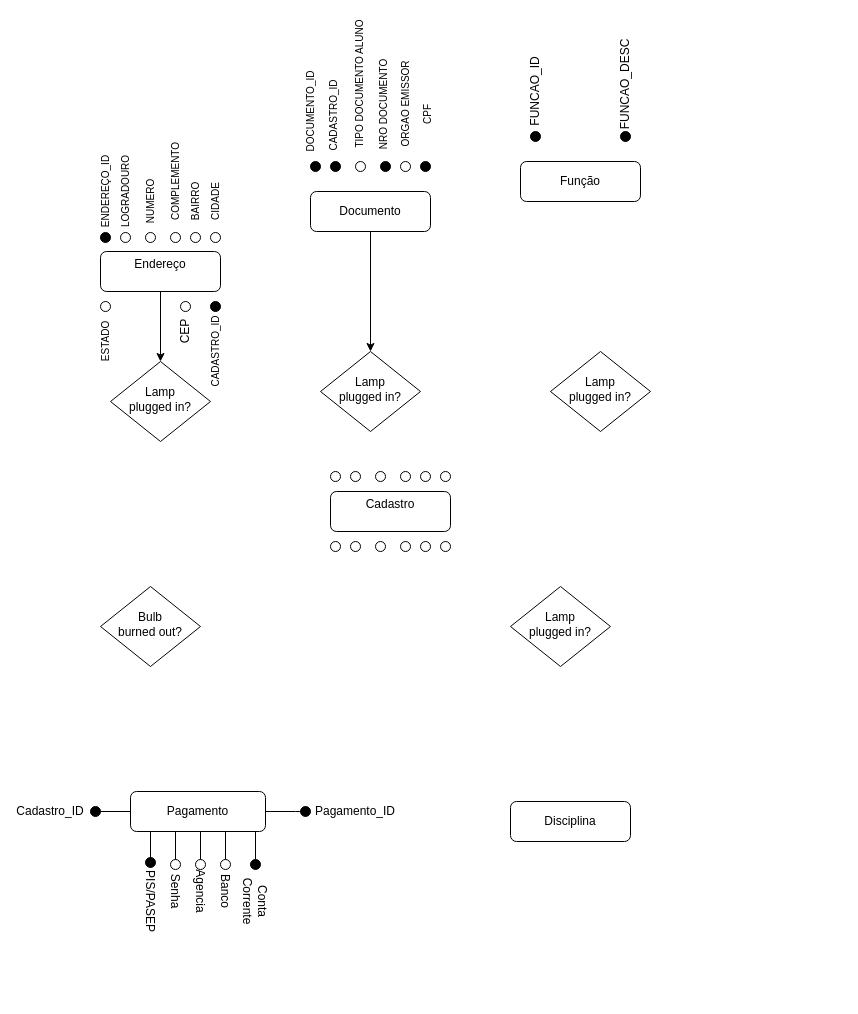
The draw.io diagram bd2Diagram.drawio in Nicholasmais/diagrams, before the edit. Source tidied: cells renumbered, new cells numbered last; positions are measured from the earlier drawing's top-left corner, leaving out a move shared by most shapes. Both pictures are drawn from the tidied source at 100%, with x=0, y=0 at pixel (30, 74).
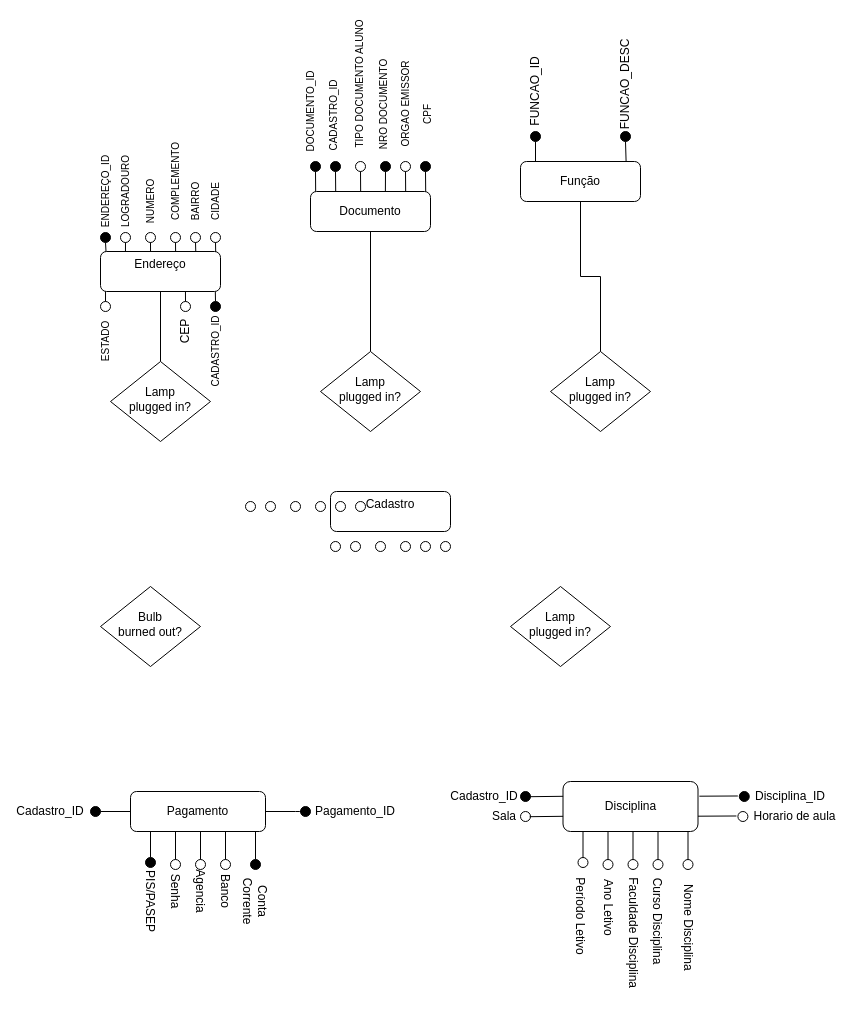
Above is the later version.

The change refers to these unchanged cells:
```xml
<mxCell id="3" value="&lt;div&gt;Endereço&lt;/div&gt;&lt;div&gt;&lt;br&gt;&lt;/div&gt;" style="rounded=1;whiteSpace=wrap;html=1;fontSize=12;glass=0;strokeWidth=1;shadow=0;" parent="1" vertex="1">
  <mxGeometry x="70" y="177" width="120" height="40" as="geometry" />
</mxCell>
<mxCell id="8" value="Documento" style="rounded=1;whiteSpace=wrap;html=1;fontSize=12;glass=0;strokeWidth=1;shadow=0;" parent="1" vertex="1">
  <mxGeometry x="280" y="117" width="120" height="40" as="geometry" />
</mxCell>
<mxCell id="11" value="&lt;div&gt;Função&lt;/div&gt;" style="rounded=1;whiteSpace=wrap;html=1;fontSize=12;glass=0;strokeWidth=1;shadow=0;" parent="1" vertex="1">
  <mxGeometry x="490" y="87" width="120" height="40" as="geometry" />
</mxCell>
<mxCell id="15" style="ellipse;whiteSpace=wrap;html=1;" parent="1" vertex="1">
  <mxGeometry x="90" y="158" width="10" height="10" as="geometry" />
</mxCell>
<mxCell id="16" style="ellipse;whiteSpace=wrap;html=1;fillColor=#000000;" parent="1" vertex="1">
  <mxGeometry x="70" y="158" width="10" height="10" as="geometry" />
</mxCell>
<mxCell id="17" style="ellipse;whiteSpace=wrap;html=1;" parent="1" vertex="1">
  <mxGeometry x="115" y="158" width="10" height="10" as="geometry" />
</mxCell>
<mxCell id="18" style="ellipse;whiteSpace=wrap;html=1;" parent="1" vertex="1">
  <mxGeometry x="140" y="158" width="10" height="10" as="geometry" />
</mxCell>
<mxCell id="19" style="ellipse;whiteSpace=wrap;html=1;" parent="1" vertex="1">
  <mxGeometry x="160" y="158" width="10" height="10" as="geometry" />
</mxCell>
<mxCell id="20" style="ellipse;whiteSpace=wrap;html=1;" parent="1" vertex="1">
  <mxGeometry x="180" y="158" width="10" height="10" as="geometry" />
</mxCell>
<mxCell id="21" style="ellipse;whiteSpace=wrap;html=1;" parent="1" vertex="1">
  <mxGeometry x="70" y="227" width="10" height="10" as="geometry" />
</mxCell>
<mxCell id="22" style="ellipse;whiteSpace=wrap;html=1;" parent="1" vertex="1">
  <mxGeometry x="150" y="227" width="10" height="10" as="geometry" />
</mxCell>
<mxCell id="23" style="ellipse;whiteSpace=wrap;html=1;fillColor=#000000;" parent="1" vertex="1">
  <mxGeometry x="180" y="227" width="10" height="10" as="geometry" />
</mxCell>
```

Change to the diagram source:
```diff
@@
-    <mxCell id="2" style="edgeStyle=orthogonalEdgeStyle;rounded=0;jettySize=auto;html=1;exitX=0.5;exitY=1;exitDx=0;exitDy=0;entryX=0.5;entryY=0;entryDx=0;entryDy=0;" parent="1" edge="1" source="3" target="14">
+    <mxCell id="2" style="edgeStyle=orthogonalEdgeStyle;rounded=0;jettySize=auto;html=1;exitX=0.5;exitY=1;exitDx=0;exitDy=0;entryX=0.5;entryY=0;entryDx=0;entryDy=0;endArrow=none;endFill=0;" parent="1" edge="1" source="3" target="14">
       <mxGeometry relative="1" as="geometry" />
     </mxCell>
@@
-    <mxCell id="7" style="edgeStyle=orthogonalEdgeStyle;rounded=0;jettySize=auto;html=1;exitX=0.5;exitY=1;exitDx=0;exitDy=0;entryX=0.5;entryY=0;entryDx=0;entryDy=0;" parent="1" edge="1" source="8" target="13">
+    <mxCell id="7" style="edgeStyle=orthogonalEdgeStyle;rounded=0;jettySize=auto;html=1;exitX=0.5;exitY=1;exitDx=0;exitDy=0;entryX=0.5;entryY=0;entryDx=0;entryDy=0;endArrow=none;endFill=0;" parent="1" edge="1" source="8" target="13">
       <mxGeometry relative="1" as="geometry" />
     </mxCell>
@@
-    <mxCell id="10" value="Disciplina" style="rounded=1;whiteSpace=wrap;html=1;fontSize=12;glass=0;strokeWidth=1;shadow=0;" parent="1" vertex="1">
-      <mxGeometry x="480" y="727" width="120" height="40" as="geometry" />
-    </mxCell>
@@
-    <mxCell id="12" value="Lamp&lt;br&gt;plugged in?" style="rhombus;whiteSpace=wrap;html=1;shadow=0;fontFamily=Helvetica;fontSize=12;align=center;strokeWidth=1;spacing=6;spacingTop=-4;" parent="1" vertex="1">
-      <mxGeometry x="520" y="277" width="100" height="80" as="geometry" />
-    </mxCell>
-    <mxCell id="13" value="Lamp&lt;br&gt;plugged in?" style="rhombus;whiteSpace=wrap;html=1;shadow=0;fontFamily=Helvetica;fontSize=12;align=center;strokeWidth=1;spacing=6;spacingTop=-4;" parent="1" vertex="1">
-      <mxGeometry x="290" y="277" width="100" height="80" as="geometry" />
-    </mxCell>
-    <mxCell id="14" value="Lamp&lt;br&gt;plugged in?" style="rhombus;whiteSpace=wrap;html=1;shadow=0;fontFamily=Helvetica;fontSize=12;align=center;strokeWidth=1;spacing=6;spacingTop=-4;" parent="1" vertex="1">
-      <mxGeometry x="80" y="287" width="100" height="80" as="geometry" />
-    </mxCell>
@@
+    <mxCell id="36" style="ellipse;whiteSpace=wrap;html=1;fillColor=#000000;" parent="1" vertex="1">
+      <mxGeometry x="300" y="87" width="10" height="10" as="geometry" />
+    </mxCell>
+    <mxCell id="37" style="ellipse;whiteSpace=wrap;html=1;fillColor=#000000;" parent="1" vertex="1">
+      <mxGeometry x="280" y="87" width="10" height="10" as="geometry" />
+    </mxCell>
+    <mxCell id="38" style="ellipse;whiteSpace=wrap;html=1;" parent="1" vertex="1">
+      <mxGeometry x="325" y="87" width="10" height="10" as="geometry" />
+    </mxCell>
+    <mxCell id="39" style="ellipse;whiteSpace=wrap;html=1;fillColor=#000000;" parent="1" vertex="1">
+      <mxGeometry x="350" y="87" width="10" height="10" as="geometry" />
+    </mxCell>
+    <mxCell id="40" style="ellipse;whiteSpace=wrap;html=1;" parent="1" vertex="1">
+      <mxGeometry x="370" y="87" width="10" height="10" as="geometry" />
+    </mxCell>
+    <mxCell id="41" style="ellipse;whiteSpace=wrap;html=1;fillColor=#000000;" parent="1" vertex="1">
+      <mxGeometry x="390" y="87" width="10" height="10" as="geometry" />
+    </mxCell>
+    <mxCell id="66" style="ellipse;whiteSpace=wrap;html=1;fillColor=#000000;" parent="1" vertex="1">
+      <mxGeometry x="500" y="57" width="10" height="10" as="geometry" />
+    </mxCell>
+    <mxCell id="68" style="ellipse;whiteSpace=wrap;html=1;fillColor=#000000;" parent="1" vertex="1">
+      <mxGeometry x="590" y="57" width="10" height="10" as="geometry" />
+    </mxCell>
+    <mxCell id="12" value="Lamp&lt;br&gt;plugged in?" style="rhombus;whiteSpace=wrap;html=1;shadow=0;fontFamily=Helvetica;fontSize=12;align=center;strokeWidth=1;spacing=6;spacingTop=-4;" parent="1" vertex="1">
+      <mxGeometry x="520" y="277" width="100" height="80" as="geometry" />
+    </mxCell>
+    <mxCell id="13" value="Lamp&lt;br&gt;plugged in?" style="rhombus;whiteSpace=wrap;html=1;shadow=0;fontFamily=Helvetica;fontSize=12;align=center;strokeWidth=1;spacing=6;spacingTop=-4;" parent="1" vertex="1">
+      <mxGeometry x="290" y="277" width="100" height="80" as="geometry" />
+    </mxCell>
+    <mxCell id="14" value="Lamp&lt;br&gt;plugged in?" style="rhombus;whiteSpace=wrap;html=1;shadow=0;fontFamily=Helvetica;fontSize=12;align=center;strokeWidth=1;spacing=6;spacingTop=-4;" parent="1" vertex="1">
+      <mxGeometry x="80" y="287" width="100" height="80" as="geometry" />
+    </mxCell>
     <mxCell id="24" style="ellipse;whiteSpace=wrap;html=1;" parent="1" vertex="1">
-      <mxGeometry x="320" y="397" width="10" height="10" as="geometry" />
+      <mxGeometry x="235" y="427" width="10" height="10" as="geometry" />
     </mxCell>
     <mxCell id="25" style="ellipse;whiteSpace=wrap;html=1;" parent="1" vertex="1">
-      <mxGeometry x="300" y="397" width="10" height="10" as="geometry" />
+      <mxGeometry x="215" y="427" width="10" height="10" as="geometry" />
     </mxCell>
     <mxCell id="26" style="ellipse;whiteSpace=wrap;html=1;" parent="1" vertex="1">
-      <mxGeometry x="345" y="397" width="10" height="10" as="geometry" />
+      <mxGeometry x="260" y="427" width="10" height="10" as="geometry" />
     </mxCell>
     <mxCell id="27" style="ellipse;whiteSpace=wrap;html=1;" parent="1" vertex="1">
-      <mxGeometry x="370" y="397" width="10" height="10" as="geometry" />
+      <mxGeometry x="285" y="427" width="10" height="10" as="geometry" />
     </mxCell>
     <mxCell id="28" style="ellipse;whiteSpace=wrap;html=1;" parent="1" vertex="1">
-      <mxGeometry x="390" y="397" width="10" height="10" as="geometry" />
+      <mxGeometry x="305" y="427" width="10" height="10" as="geometry" />
     </mxCell>
     <mxCell id="29" style="ellipse;whiteSpace=wrap;html=1;" parent="1" vertex="1">
-      <mxGeometry x="410" y="397" width="10" height="10" as="geometry" />
+      <mxGeometry x="325" y="427" width="10" height="10" as="geometry" />
     </mxCell>
@@
-    <mxCell id="36" style="ellipse;whiteSpace=wrap;html=1;fillColor=#000000;" parent="1" vertex="1">
-      <mxGeometry x="300" y="87" width="10" height="10" as="geometry" />
-    </mxCell>
-    <mxCell id="37" style="ellipse;whiteSpace=wrap;html=1;fillColor=#000000;" parent="1" vertex="1">
-      <mxGeometry x="280" y="87" width="10" height="10" as="geometry" />
-    </mxCell>
-    <mxCell id="38" style="ellipse;whiteSpace=wrap;html=1;" parent="1" vertex="1">
-      <mxGeometry x="325" y="87" width="10" height="10" as="geometry" />
-    </mxCell>
-    <mxCell id="39" style="ellipse;whiteSpace=wrap;html=1;fillColor=#000000;" parent="1" vertex="1">
-      <mxGeometry x="350" y="87" width="10" height="10" as="geometry" />
-    </mxCell>
-    <mxCell id="40" style="ellipse;whiteSpace=wrap;html=1;" parent="1" vertex="1">
-      <mxGeometry x="370" y="87" width="10" height="10" as="geometry" />
-    </mxCell>
-    <mxCell id="41" style="ellipse;whiteSpace=wrap;html=1;fillColor=#000000;" parent="1" vertex="1">
-      <mxGeometry x="390" y="87" width="10" height="10" as="geometry" />
-    </mxCell>
@@
-    <mxCell id="66" style="ellipse;whiteSpace=wrap;html=1;fillColor=#000000;" parent="1" vertex="1">
-      <mxGeometry x="500" y="57" width="10" height="10" as="geometry" />
-    </mxCell>
@@
-    <mxCell id="68" style="ellipse;whiteSpace=wrap;html=1;fillColor=#000000;" parent="1" vertex="1">
-      <mxGeometry x="590" y="57" width="10" height="10" as="geometry" />
-    </mxCell>
@@
+    <mxCell id="10" value="Disciplina" style="rounded=1;whiteSpace=wrap;html=1;fontSize=12;glass=0;strokeWidth=1;shadow=0;" parent="1" vertex="1">
+      <mxGeometry x="532.5" y="707" width="135" height="50" as="geometry" />
+    </mxCell>
+    <mxCell id="82" style="ellipse;whiteSpace=wrap;html=1;fillColor=#000000;" parent="1" vertex="1">
+      <mxGeometry x="708.8" y="717" width="10" height="10" as="geometry" />
+    </mxCell>
+    <mxCell id="83" style="ellipse;whiteSpace=wrap;html=1;fillColor=#FFFFFF;" parent="1" vertex="1">
+      <mxGeometry x="547.5" y="783" width="10" height="10" as="geometry" />
+    </mxCell>
+    <mxCell id="84" style="endArrow=none;html=1;entryX=0.926;entryY=1.05;entryDx=0;entryDy=0;entryPerimeter=0;exitX=0.5;exitY=0;exitDx=0;exitDy=0;" parent="1" edge="1" source="83">
+      <mxGeometry relative="1" as="geometry">
+        <mxPoint x="552.5" y="757" as="targetPoint" />
+      </mxGeometry>
+    </mxCell>
+    <mxCell id="85" style="ellipse;whiteSpace=wrap;html=1;" parent="1" vertex="1">
+      <mxGeometry x="572.5" y="785" width="10" height="10" as="geometry" />
+    </mxCell>
+    <mxCell id="86" style="endArrow=none;html=1;entryX=0.926;entryY=1.05;entryDx=0;entryDy=0;entryPerimeter=0;exitX=0.5;exitY=0;exitDx=0;exitDy=0;" parent="1" edge="1" source="85">
+      <mxGeometry relative="1" as="geometry">
+        <mxPoint x="577.5" y="757" as="targetPoint" />
+      </mxGeometry>
+    </mxCell>
+    <mxCell id="87" style="ellipse;whiteSpace=wrap;html=1;" parent="1" vertex="1">
+      <mxGeometry x="622.5" y="785" width="10" height="10" as="geometry" />
+    </mxCell>
+    <mxCell id="88" style="endArrow=none;html=1;entryX=0.926;entryY=1.05;entryDx=0;entryDy=0;entryPerimeter=0;exitX=0.5;exitY=0;exitDx=0;exitDy=0;" parent="1" edge="1" source="87">
+      <mxGeometry relative="1" as="geometry">
+        <mxPoint x="627.5" y="757" as="targetPoint" />
+      </mxGeometry>
+    </mxCell>
+    <mxCell id="89" style="ellipse;whiteSpace=wrap;html=1;fillColor=#FFFFFF;" parent="1" vertex="1">
+      <mxGeometry x="652.5" y="785" width="10" height="10" as="geometry" />
+    </mxCell>
+    <mxCell id="90" style="endArrow=none;html=1;entryX=0.926;entryY=1.05;entryDx=0;entryDy=0;entryPerimeter=0;exitX=0.5;exitY=0;exitDx=0;exitDy=0;" parent="1" edge="1" source="89">
+      <mxGeometry relative="1" as="geometry">
+        <mxPoint x="657.5" y="757" as="targetPoint" />
+      </mxGeometry>
+    </mxCell>
+    <mxCell id="91" style="ellipse;whiteSpace=wrap;html=1;" parent="1" vertex="1">
+      <mxGeometry x="597.5" y="785" width="10" height="10" as="geometry" />
+    </mxCell>
+    <mxCell id="92" style="endArrow=none;html=1;entryX=0.926;entryY=1.05;entryDx=0;entryDy=0;entryPerimeter=0;exitX=0.5;exitY=0;exitDx=0;exitDy=0;" parent="1" edge="1" source="91">
+      <mxGeometry relative="1" as="geometry">
+        <mxPoint x="602.5" y="757" as="targetPoint" />
+      </mxGeometry>
+    </mxCell>
+    <mxCell id="93" value="Disciplina_ID" style="text;html=1;strokeColor=none;fillColor=none;align=center;verticalAlign=middle;whiteSpace=wrap;rounded=0;" parent="1" vertex="1">
+      <mxGeometry x="740" y="712" width="40" height="20" as="geometry" />
+    </mxCell>
+    <mxCell id="94" value="Cadastro_ID" style="text;html=1;strokeColor=none;fillColor=none;align=center;verticalAlign=middle;whiteSpace=wrap;rounded=0;rotation=0;" parent="1" vertex="1">
+      <mxGeometry x="434" y="712" width="40" height="20" as="geometry" />
+    </mxCell>
+    <mxCell id="95" value="Período Letivo" style="text;html=1;strokeColor=none;fillColor=none;align=center;verticalAlign=middle;whiteSpace=wrap;rounded=0;rotation=90;" parent="1" vertex="1">
+      <mxGeometry x="505" y="832" width="90" height="20" as="geometry" />
+    </mxCell>
+    <mxCell id="96" value="Nome Disciplina" style="text;html=1;strokeColor=none;fillColor=none;align=center;verticalAlign=middle;whiteSpace=wrap;rounded=0;rotation=90;" parent="1" vertex="1">
+      <mxGeometry x="606.2" y="843.2" width="102.5" height="20" as="geometry" />
+    </mxCell>
+    <mxCell id="97" value="Curso Disciplina" style="text;html=1;strokeColor=none;fillColor=none;align=center;verticalAlign=middle;whiteSpace=wrap;rounded=0;rotation=90;" parent="1" vertex="1">
+      <mxGeometry x="566.2" y="837" width="122.5" height="20" as="geometry" />
+    </mxCell>
+    <mxCell id="98" value="Faculdade Disciplina" style="text;html=1;strokeColor=none;fillColor=none;align=center;verticalAlign=middle;whiteSpace=wrap;rounded=0;rotation=90;" parent="1" vertex="1">
+      <mxGeometry x="538.8" y="848.2" width="127.5" height="20" as="geometry" />
+    </mxCell>
+    <mxCell id="99" value="Ano Letivo&lt;br&gt;" style="text;html=1;strokeColor=none;fillColor=none;align=center;verticalAlign=middle;whiteSpace=wrap;rounded=0;rotation=90;" parent="1" vertex="1">
+      <mxGeometry x="541.2" y="823.2" width="72.5" height="20" as="geometry" />
+    </mxCell>
+    <mxCell id="100" style="endArrow=none;html=1;entryX=-0.147;entryY=0.449;entryDx=0;entryDy=0;entryPerimeter=0;exitX=1.01;exitY=0.294;exitDx=0;exitDy=0;exitPerimeter=0;" parent="1" edge="1" source="10" target="82">
+      <mxGeometry relative="1" as="geometry" />
+    </mxCell>
+    <mxCell id="101" style="ellipse;whiteSpace=wrap;html=1;fillColor=#000000;" parent="1" vertex="1">
+      <mxGeometry x="490" y="717" width="10" height="10" as="geometry" />
+    </mxCell>
+    <mxCell id="102" style="endArrow=none;html=1;entryX=0.917;entryY=0.519;entryDx=0;entryDy=0;entryPerimeter=0;exitX=0.001;exitY=0.296;exitDx=0;exitDy=0;exitPerimeter=0;" parent="1" edge="1" source="10" target="101">
+      <mxGeometry relative="1" as="geometry" />
+    </mxCell>
+    <mxCell id="103" value="Sala" style="text;html=1;strokeColor=none;fillColor=none;align=center;verticalAlign=middle;whiteSpace=wrap;rounded=0;rotation=0;" parent="1" vertex="1">
+      <mxGeometry x="454" y="732" width="40" height="20" as="geometry" />
+    </mxCell>
+    <mxCell id="104" style="ellipse;whiteSpace=wrap;html=1;fillColor=#FFFFFF;" parent="1" vertex="1">
+      <mxGeometry x="490" y="737" width="10" height="10" as="geometry" />
+    </mxCell>
+    <mxCell id="105" style="endArrow=none;html=1;entryX=0.917;entryY=0.519;entryDx=0;entryDy=0;entryPerimeter=0;exitX=0.001;exitY=0.296;exitDx=0;exitDy=0;exitPerimeter=0;" parent="1" edge="1" target="104">
+      <mxGeometry relative="1" as="geometry">
+        <mxPoint x="532.6" y="741.8" as="sourcePoint" />
+      </mxGeometry>
+    </mxCell>
+    <mxCell id="106" style="ellipse;whiteSpace=wrap;html=1;fillColor=#FFFFFF;" parent="1" vertex="1">
+      <mxGeometry x="707.4" y="737" width="10" height="10" as="geometry" />
+    </mxCell>
+    <mxCell id="107" value="Horario de aula" style="text;html=1;strokeColor=none;fillColor=none;align=center;verticalAlign=middle;whiteSpace=wrap;rounded=0;" parent="1" vertex="1">
+      <mxGeometry x="718.8" y="732" width="91.3" height="20" as="geometry" />
+    </mxCell>
+    <mxCell id="108" style="endArrow=none;html=1;entryX=-0.147;entryY=0.449;entryDx=0;entryDy=0;entryPerimeter=0;exitX=1.01;exitY=0.294;exitDx=0;exitDy=0;exitPerimeter=0;" parent="1" edge="1" target="106">
+      <mxGeometry relative="1" as="geometry">
+        <mxPoint x="667.5" y="741.7" as="sourcePoint" />
+      </mxGeometry>
+    </mxCell>
+    <mxCell id="109" style="edgeStyle=orthogonalEdgeStyle;rounded=0;jettySize=auto;html=1;exitX=0.5;exitY=1;exitDx=0;exitDy=0;entryX=0.5;entryY=0;entryDx=0;entryDy=0;endArrow=none;endFill=0;strokeColor=#000000;" parent="1" edge="1" source="11" target="12">
+      <mxGeometry relative="1" as="geometry" />
+    </mxCell>
+    <mxCell id="110" style="edgeStyle=orthogonalEdgeStyle;rounded=0;jettySize=auto;html=1;exitX=0.5;exitY=1;exitDx=0;exitDy=0;entryX=0.208;entryY=0;entryDx=0;entryDy=0;entryPerimeter=0;endArrow=none;endFill=0;strokeColor=#000000;" parent="1" edge="1" source="15" target="3">
+      <mxGeometry relative="1" as="geometry" />
+    </mxCell>
+    <mxCell id="111" style="edgeStyle=orthogonalEdgeStyle;rounded=0;jettySize=auto;html=1;exitX=0.5;exitY=1;exitDx=0;exitDy=0;entryX=0.046;entryY=0.004;entryDx=0;entryDy=0;entryPerimeter=0;endArrow=none;endFill=0;" parent="1" edge="1" source="16" target="3">
+      <mxGeometry relative="1" as="geometry" />
+    </mxCell>
+    <mxCell id="112" style="edgeStyle=orthogonalEdgeStyle;rounded=0;jettySize=auto;html=1;exitX=0.5;exitY=1;exitDx=0;exitDy=0;entryX=0.417;entryY=0.002;entryDx=0;entryDy=0;entryPerimeter=0;endArrow=none;endFill=0;strokeColor=#000000;" parent="1" edge="1" source="17" target="3">
+      <mxGeometry relative="1" as="geometry" />
+    </mxCell>
+    <mxCell id="113" style="edgeStyle=orthogonalEdgeStyle;rounded=0;jettySize=auto;html=1;exitX=0.5;exitY=1;exitDx=0;exitDy=0;entryX=0.626;entryY=-0.006;entryDx=0;entryDy=0;entryPerimeter=0;endArrow=none;endFill=0;strokeColor=#000000;" parent="1" edge="1" source="18" target="3">
+      <mxGeometry relative="1" as="geometry" />
+    </mxCell>
+    <mxCell id="114" style="edgeStyle=orthogonalEdgeStyle;rounded=0;jettySize=auto;html=1;exitX=0.5;exitY=1;exitDx=0;exitDy=0;entryX=0.794;entryY=0.002;entryDx=0;entryDy=0;entryPerimeter=0;endArrow=none;endFill=0;strokeColor=#000000;" parent="1" edge="1" source="19" target="3">
+      <mxGeometry relative="1" as="geometry" />
+    </mxCell>
+    <mxCell id="115" style="edgeStyle=orthogonalEdgeStyle;rounded=0;jettySize=auto;html=1;exitX=0.5;exitY=1;exitDx=0;exitDy=0;entryX=0.96;entryY=0.01;entryDx=0;entryDy=0;entryPerimeter=0;endArrow=none;endFill=0;strokeColor=#000000;" parent="1" edge="1" source="20" target="3">
+      <mxGeometry relative="1" as="geometry" />
+    </mxCell>
+    <mxCell id="116" style="edgeStyle=orthogonalEdgeStyle;rounded=0;jettySize=auto;html=1;exitX=0.5;exitY=0;exitDx=0;exitDy=0;entryX=0.042;entryY=1;entryDx=0;entryDy=0;entryPerimeter=0;endArrow=none;endFill=0;strokeColor=#000000;" parent="1" edge="1" source="21" target="3">
+      <mxGeometry relative="1" as="geometry" />
+    </mxCell>
+    <mxCell id="117" style="edgeStyle=orthogonalEdgeStyle;rounded=0;jettySize=auto;html=1;exitX=0.5;exitY=0;exitDx=0;exitDy=0;entryX=0.708;entryY=1;entryDx=0;entryDy=0;entryPerimeter=0;endArrow=none;endFill=0;strokeColor=#000000;" parent="1" edge="1" source="22" target="3">
+      <mxGeometry relative="1" as="geometry" />
+    </mxCell>
+    <mxCell id="118" style="edgeStyle=orthogonalEdgeStyle;rounded=0;jettySize=auto;html=1;exitX=0.5;exitY=0;exitDx=0;exitDy=0;entryX=0.957;entryY=1.006;entryDx=0;entryDy=0;entryPerimeter=0;endArrow=none;endFill=0;strokeColor=#000000;" parent="1" edge="1" source="23" target="3">
+      <mxGeometry relative="1" as="geometry" />
+    </mxCell>
+    <mxCell id="119" style="edgeStyle=orthogonalEdgeStyle;rounded=0;jettySize=auto;html=1;exitX=0.5;exitY=1;exitDx=0;exitDy=0;entryX=0.21;entryY=-0.006;entryDx=0;entryDy=0;entryPerimeter=0;endArrow=none;endFill=0;strokeColor=#000000;" parent="1" edge="1" source="36" target="8">
+      <mxGeometry relative="1" as="geometry" />
+    </mxCell>
+    <mxCell id="120" style="edgeStyle=orthogonalEdgeStyle;rounded=0;jettySize=auto;html=1;exitX=0.5;exitY=1;exitDx=0;exitDy=0;entryX=0.043;entryY=-0.002;entryDx=0;entryDy=0;entryPerimeter=0;endArrow=none;endFill=0;strokeColor=#000000;" parent="1" edge="1" source="37" target="8">
+      <mxGeometry relative="1" as="geometry" />
+    </mxCell>
+    <mxCell id="121" style="edgeStyle=orthogonalEdgeStyle;rounded=0;jettySize=auto;html=1;exitX=0.5;exitY=1;exitDx=0;exitDy=0;entryX=0.418;entryY=0.002;entryDx=0;entryDy=0;entryPerimeter=0;endArrow=none;endFill=0;strokeColor=#000000;" parent="1" edge="1" source="38" target="8">
+      <mxGeometry relative="1" as="geometry" />
+    </mxCell>
+    <mxCell id="122" style="edgeStyle=orthogonalEdgeStyle;rounded=0;jettySize=auto;html=1;exitX=0.5;exitY=1;exitDx=0;exitDy=0;entryX=0.624;entryY=0.01;entryDx=0;entryDy=0;entryPerimeter=0;endArrow=none;endFill=0;strokeColor=#000000;" parent="1" edge="1" source="39" target="8">
+      <mxGeometry relative="1" as="geometry" />
+    </mxCell>
+    <mxCell id="123" style="edgeStyle=orthogonalEdgeStyle;rounded=0;jettySize=auto;html=1;exitX=0.5;exitY=1;exitDx=0;exitDy=0;entryX=0.793;entryY=-0.006;entryDx=0;entryDy=0;entryPerimeter=0;endArrow=none;endFill=0;strokeColor=#000000;" parent="1" edge="1" source="40" target="8">
+      <mxGeometry relative="1" as="geometry" />
+    </mxCell>
+    <mxCell id="124" style="edgeStyle=orthogonalEdgeStyle;rounded=0;jettySize=auto;html=1;exitX=0.5;exitY=1;exitDx=0;exitDy=0;entryX=0.96;entryY=0.002;entryDx=0;entryDy=0;entryPerimeter=0;endArrow=none;endFill=0;strokeColor=#000000;" parent="1" edge="1" source="41" target="8">
+      <mxGeometry relative="1" as="geometry" />
+    </mxCell>
+    <mxCell id="125" style="edgeStyle=orthogonalEdgeStyle;rounded=0;jettySize=auto;html=1;exitX=0.5;exitY=1;exitDx=0;exitDy=0;entryX=0.125;entryY=0;entryDx=0;entryDy=0;entryPerimeter=0;endArrow=none;endFill=0;strokeColor=#000000;" parent="1" edge="1" source="66" target="11">
+      <mxGeometry relative="1" as="geometry" />
+    </mxCell>
+    <mxCell id="126" style="edgeStyle=orthogonalEdgeStyle;rounded=0;jettySize=auto;html=1;exitX=0.5;exitY=1;exitDx=0;exitDy=0;entryX=0.88;entryY=0.001;entryDx=0;entryDy=0;entryPerimeter=0;endArrow=none;endFill=0;strokeColor=#000000;" parent="1" edge="1" source="68" target="11">
+      <mxGeometry relative="1" as="geometry" />
+    </mxCell>
```
